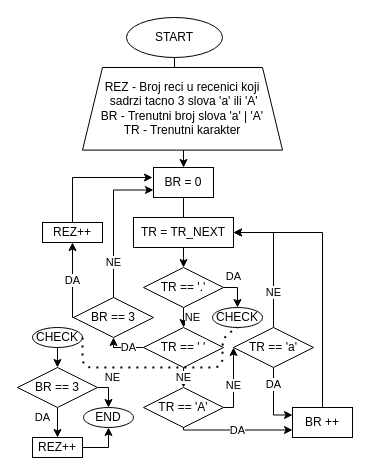
The draw.io diagram Faculty of Electronic Engineering/Computer Systems/Practice Problems/September 2021/[RAW] Diagram Sources/SEP2021-2.drawio in sinful-asura/sinful-asura.github.io, before the edit. Source tidied: cells renumbered, new cells numbered last; positions are measured from the earlier drawing's top-left corner, leaving out a move shared by most shapes. Both pictures are drawn from the tidied source at 100%, with x=0, y=0 at pixel (17, 17).
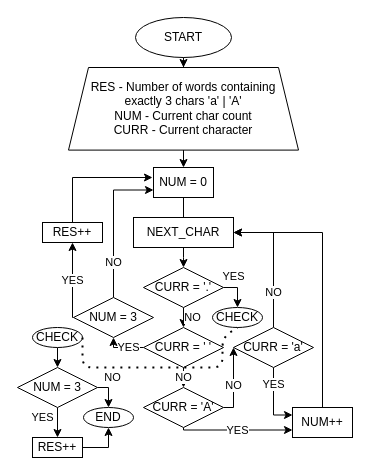
The same page after the edit.

The change refers to these unchanged cells:
```xml
<mxCell id="10" value="CHECK" style="ellipse;whiteSpace=wrap;html=1;" parent="1" vertex="1">
  <mxGeometry x="195" y="290" width="50" height="20" as="geometry" />
</mxCell>
<mxCell id="31" value="END" style="ellipse;whiteSpace=wrap;html=1;" parent="1" vertex="1">
  <mxGeometry x="66" y="390" width="50" height="20" as="geometry" />
</mxCell>
```

The edit, as a diff of the source:
```diff
@@
     <mxCell id="3" value="START" style="ellipse;whiteSpace=wrap;html=1;" parent="1" vertex="1">
-      <mxGeometry x="109" width="96" height="40" as="geometry" />
+      <mxGeometry x="118" width="96" height="40" as="geometry" />
     </mxCell>
@@
-    <mxCell id="6" value="REZ - Broj reci u recenici koji&lt;br&gt;&amp;nbsp;sadrzi tacno 3 slova 'a' ili 'A'&lt;br&gt;BR - Trenutni broj slova 'a' | 'A'&lt;br&gt;TR - Trenutni karakter" style="shape=trapezoid;perimeter=trapezoidPerimeter;whiteSpace=wrap;html=1;fixedSize=1;" parent="1" vertex="1">
-      <mxGeometry x="65" y="50" width="200" height="82.6" as="geometry" />
+    <mxCell id="6" value="RES - Number of words containing&lt;br&gt;exactly 3 chars 'a' | 'A'&lt;br&gt;NUM - Current char count&lt;br&gt;CURR - Current character" style="shape=trapezoid;perimeter=trapezoidPerimeter;whiteSpace=wrap;html=1;fixedSize=1;" parent="1" vertex="1">
+      <mxGeometry x="51" y="50" width="230" height="82.6" as="geometry" />
     </mxCell>
-    <mxCell id="7" value="NE" style="edgeStyle=orthogonalEdgeStyle;rounded=0;jettySize=auto;html=1;exitX=0.5;exitY=1;exitDx=0;exitDy=0;entryX=0.5;entryY=0;entryDx=0;entryDy=0;" parent="1" edge="1" source="9" target="13">
+    <mxCell id="7" value="NO" style="edgeStyle=orthogonalEdgeStyle;rounded=0;jettySize=auto;html=1;exitX=0.5;exitY=1;exitDx=0;exitDy=0;entryX=0.5;entryY=0;entryDx=0;entryDy=0;" parent="1" edge="1" source="9" target="13">
       <mxGeometry y="9" relative="1" as="geometry" />
     </mxCell>
-    <mxCell id="8" value="DA" style="edgeStyle=orthogonalEdgeStyle;rounded=0;jettySize=auto;html=1;exitX=1;exitY=0.5;exitDx=0;exitDy=0;entryX=0.5;entryY=0;entryDx=0;entryDy=0;" parent="1" edge="1" source="9" target="10">
+    <mxCell id="8" value="YES" style="edgeStyle=orthogonalEdgeStyle;rounded=0;jettySize=auto;html=1;exitX=1;exitY=0.5;exitDx=0;exitDy=0;entryX=0.5;entryY=0;entryDx=0;entryDy=0;" parent="1" edge="1" source="9" target="10">
       <mxGeometry x="-0.43" y="11" relative="1" as="geometry" />
     </mxCell>
-    <mxCell id="9" value="TR == '.'" style="rhombus;whiteSpace=wrap;html=1;" parent="1" vertex="1">
+    <mxCell id="9" value="CURR = '.'" style="rhombus;whiteSpace=wrap;html=1;" parent="1" vertex="1">
       <mxGeometry x="126" y="250" width="80" height="40" as="geometry" />
     </mxCell>
@@
-    <mxCell id="11" value="NE" style="edgeStyle=orthogonalEdgeStyle;rounded=0;jettySize=auto;html=1;exitX=0.5;exitY=1;exitDx=0;exitDy=0;entryX=0.5;entryY=0;entryDx=0;entryDy=0;" parent="1" edge="1" source="13" target="17">
+    <mxCell id="11" value="NO" style="edgeStyle=orthogonalEdgeStyle;rounded=0;jettySize=auto;html=1;exitX=0.5;exitY=1;exitDx=0;exitDy=0;entryX=0.5;entryY=0;entryDx=0;entryDy=0;" parent="1" edge="1" source="13" target="17">
       <mxGeometry relative="1" as="geometry" />
     </mxCell>
-    <mxCell id="12" value="DA" style="edgeStyle=orthogonalEdgeStyle;rounded=0;jettySize=auto;html=1;exitX=0;exitY=0.5;exitDx=0;exitDy=0;entryX=0.5;entryY=1;entryDx=0;entryDy=0;" parent="1" edge="1" source="13" target="26">
+    <mxCell id="12" value="YES" style="edgeStyle=orthogonalEdgeStyle;rounded=0;jettySize=auto;html=1;exitX=0;exitY=0.5;exitDx=0;exitDy=0;entryX=0.5;entryY=1;entryDx=0;entryDy=0;" parent="1" edge="1" source="13" target="26">
       <mxGeometry x="-0.24" relative="1" as="geometry">
         <Array as="points">
           <mxPoint x="96" y="330" />
         </Array>
       </mxGeometry>
     </mxCell>
-    <mxCell id="13" value="TR == ' '" style="rhombus;whiteSpace=wrap;html=1;" parent="1" vertex="1">
+    <mxCell id="13" value="CURR = ' '" style="rhombus;whiteSpace=wrap;html=1;" parent="1" vertex="1">
       <mxGeometry x="126" y="310" width="80" height="40" as="geometry" />
     </mxCell>
-    <mxCell id="14" value="TR = TR_NEXT" style="rounded=0;whiteSpace=wrap;html=1;" parent="1" vertex="1">
+    <mxCell id="14" value="NEXT_CHAR" style="rounded=0;whiteSpace=wrap;html=1;" parent="1" vertex="1">
       <mxGeometry x="116" y="200" width="100" height="30" as="geometry" />
     </mxCell>
-    <mxCell id="15" value="DA" style="edgeStyle=orthogonalEdgeStyle;rounded=0;jettySize=auto;html=1;exitX=0.5;exitY=1;exitDx=0;exitDy=0;entryX=0;entryY=0.75;entryDx=0;entryDy=0;" parent="1" edge="1" source="17" target="19">
+    <mxCell id="15" value="YES" style="edgeStyle=orthogonalEdgeStyle;rounded=0;jettySize=auto;html=1;exitX=0.5;exitY=1;exitDx=0;exitDy=0;entryX=0;entryY=0.75;entryDx=0;entryDy=0;" parent="1" edge="1" source="17" target="19">
       <mxGeometry relative="1" as="geometry">
         <Array as="points">
           <mxPoint x="166" y="413" />
           <mxPoint x="275" y="413" />
         </Array>
       </mxGeometry>
     </mxCell>
-    <mxCell id="16" value="NE" style="edgeStyle=orthogonalEdgeStyle;rounded=0;jettySize=auto;html=1;exitX=1;exitY=0.5;exitDx=0;exitDy=0;entryX=0;entryY=0.5;entryDx=0;entryDy=0;" parent="1" edge="1" source="17" target="22">
+    <mxCell id="16" value="NO" style="edgeStyle=orthogonalEdgeStyle;rounded=0;jettySize=auto;html=1;exitX=1;exitY=0.5;exitDx=0;exitDy=0;entryX=0;entryY=0.5;entryDx=0;entryDy=0;" parent="1" edge="1" source="17" target="22">
       <mxGeometry x="-0.1" relative="1" as="geometry">
         <Array as="points">
           <mxPoint x="216" y="390" />
         </Array>
       </mxGeometry>
     </mxCell>
-    <mxCell id="17" value="TR == 'A'" style="rhombus;whiteSpace=wrap;html=1;" parent="1" vertex="1">
+    <mxCell id="17" value="CURR = 'A'" style="rhombus;whiteSpace=wrap;html=1;" parent="1" vertex="1">
       <mxGeometry x="126" y="370" width="80" height="40" as="geometry" />
     </mxCell>
@@
-    <mxCell id="19" value="BR ++" style="rounded=0;whiteSpace=wrap;html=1;" parent="1" vertex="1">
+    <mxCell id="19" value="NUM++" style="rounded=0;whiteSpace=wrap;html=1;" parent="1" vertex="1">
       <mxGeometry x="275" y="390" width="60" height="30" as="geometry" />
     </mxCell>
-    <mxCell id="20" value="DA" style="edgeStyle=orthogonalEdgeStyle;rounded=0;jettySize=auto;html=1;exitX=0.5;exitY=1;exitDx=0;exitDy=0;entryX=0;entryY=0.25;entryDx=0;entryDy=0;" parent="1" edge="1" source="22" target="19">
+    <mxCell id="20" value="YES" style="edgeStyle=orthogonalEdgeStyle;rounded=0;jettySize=auto;html=1;exitX=0.5;exitY=1;exitDx=0;exitDy=0;entryX=0;entryY=0.25;entryDx=0;entryDy=0;" parent="1" edge="1" source="22" target="19">
       <mxGeometry x="-0.48" relative="1" as="geometry">
         <Array as="points">
           <mxPoint x="256" y="398" />
         </Array>
       </mxGeometry>
     </mxCell>
-    <mxCell id="21" value="NE" style="edgeStyle=orthogonalEdgeStyle;rounded=0;jettySize=auto;html=1;exitX=0.5;exitY=0;exitDx=0;exitDy=0;entryX=1;entryY=0.5;entryDx=0;entryDy=0;" parent="1" edge="1" source="22" target="14">
+    <mxCell id="21" value="NO" style="edgeStyle=orthogonalEdgeStyle;rounded=0;jettySize=auto;html=1;exitX=0.5;exitY=0;exitDx=0;exitDy=0;entryX=1;entryY=0.5;entryDx=0;entryDy=0;" parent="1" edge="1" source="22" target="14">
       <mxGeometry x="-0.48" relative="1" as="geometry" />
     </mxCell>
-    <mxCell id="22" value="TR == 'a'" style="rhombus;whiteSpace=wrap;html=1;" parent="1" vertex="1">
+    <mxCell id="22" value="CURR = 'a'" style="rhombus;whiteSpace=wrap;html=1;" parent="1" vertex="1">
       <mxGeometry x="216" y="310" width="80" height="40" as="geometry" />
     </mxCell>
-    <mxCell id="23" value="BR = 0" style="rounded=0;whiteSpace=wrap;html=1;" parent="1" vertex="1">
+    <mxCell id="23" value="NUM&amp;nbsp;= 0" style="rounded=0;whiteSpace=wrap;html=1;" parent="1" vertex="1">
       <mxGeometry x="136" y="150" width="60" height="30" as="geometry" />
     </mxCell>
-    <mxCell id="24" value="NE" style="edgeStyle=orthogonalEdgeStyle;rounded=0;jettySize=auto;html=1;exitX=0.5;exitY=0;exitDx=0;exitDy=0;entryX=0;entryY=0.75;entryDx=0;entryDy=0;" parent="1" edge="1" source="26" target="23">
+    <mxCell id="24" value="NO" style="edgeStyle=orthogonalEdgeStyle;rounded=0;jettySize=auto;html=1;exitX=0.5;exitY=0;exitDx=0;exitDy=0;entryX=0;entryY=0.75;entryDx=0;entryDy=0;" parent="1" edge="1" source="26" target="23">
       <mxGeometry x="-0.52" relative="1" as="geometry" />
     </mxCell>
-    <mxCell id="25" value="DA" style="edgeStyle=orthogonalEdgeStyle;rounded=0;jettySize=auto;html=1;exitX=0;exitY=0.5;exitDx=0;exitDy=0;entryX=0.5;entryY=1;entryDx=0;entryDy=0;" parent="1" edge="1" source="26" target="28">
+    <mxCell id="25" value="YES" style="edgeStyle=orthogonalEdgeStyle;rounded=0;jettySize=auto;html=1;exitX=0;exitY=0.5;exitDx=0;exitDy=0;entryX=0.5;entryY=1;entryDx=0;entryDy=0;" parent="1" edge="1" source="26" target="28">
       <mxGeometry relative="1" as="geometry">
         <Array as="points">
           <mxPoint x="55" y="300" />
         </Array>
       </mxGeometry>
     </mxCell>
-    <mxCell id="26" value="BR == 3" style="rhombus;whiteSpace=wrap;html=1;" parent="1" vertex="1">
+    <mxCell id="26" value="NUM = 3" style="rhombus;whiteSpace=wrap;html=1;" parent="1" vertex="1">
       <mxGeometry x="56" y="280" width="80" height="40" as="geometry" />
     </mxCell>
@@
-    <mxCell id="28" value="REZ++" style="rounded=0;whiteSpace=wrap;html=1;" parent="1" vertex="1">
+    <mxCell id="28" value="RES++" style="rounded=0;whiteSpace=wrap;html=1;" parent="1" vertex="1">
       <mxGeometry x="25" y="205" width="60" height="20" as="geometry" />
     </mxCell>
@@
-    <mxCell id="33" value="REZ++" style="rounded=0;whiteSpace=wrap;html=1;" parent="1" vertex="1">
+    <mxCell id="33" value="RES++" style="rounded=0;whiteSpace=wrap;html=1;" parent="1" vertex="1">
       <mxGeometry x="15" y="420" width="50" height="20" as="geometry" />
     </mxCell>
-    <mxCell id="34" value="DA" style="edgeStyle=orthogonalEdgeStyle;rounded=0;jettySize=auto;html=1;exitX=0.5;exitY=1;exitDx=0;exitDy=0;entryX=0.5;entryY=0;entryDx=0;entryDy=0;" parent="1" edge="1" source="36" target="33">
+    <mxCell id="34" value="YES" style="edgeStyle=orthogonalEdgeStyle;rounded=0;jettySize=auto;html=1;exitX=0.5;exitY=1;exitDx=0;exitDy=0;entryX=0.5;entryY=0;entryDx=0;entryDy=0;" parent="1" edge="1" source="36" target="33">
       <mxGeometry x="-0.33" y="-15" relative="1" as="geometry" />
     </mxCell>
-    <mxCell id="35" value="NE" style="edgeStyle=orthogonalEdgeStyle;rounded=0;jettySize=auto;html=1;exitX=1;exitY=0.5;exitDx=0;exitDy=0;entryX=0.5;entryY=0;entryDx=0;entryDy=0;" parent="1" edge="1" source="36" target="31">
+    <mxCell id="35" value="NO" style="edgeStyle=orthogonalEdgeStyle;rounded=0;jettySize=auto;html=1;exitX=1;exitY=0.5;exitDx=0;exitDy=0;entryX=0.5;entryY=0;entryDx=0;entryDy=0;" parent="1" edge="1" source="36" target="31">
       <mxGeometry x="-0.29" y="11" relative="1" as="geometry">
         <mxPoint x="-7" y="-10" as="offset" />
       </mxGeometry>
     </mxCell>
-    <mxCell id="36" value="BR == 3" style="rhombus;whiteSpace=wrap;html=1;" parent="1" vertex="1">
+    <mxCell id="36" value="NUM = 3" style="rhombus;whiteSpace=wrap;html=1;" parent="1" vertex="1">
       <mxGeometry y="350" width="80" height="40" as="geometry" />
     </mxCell>
```
